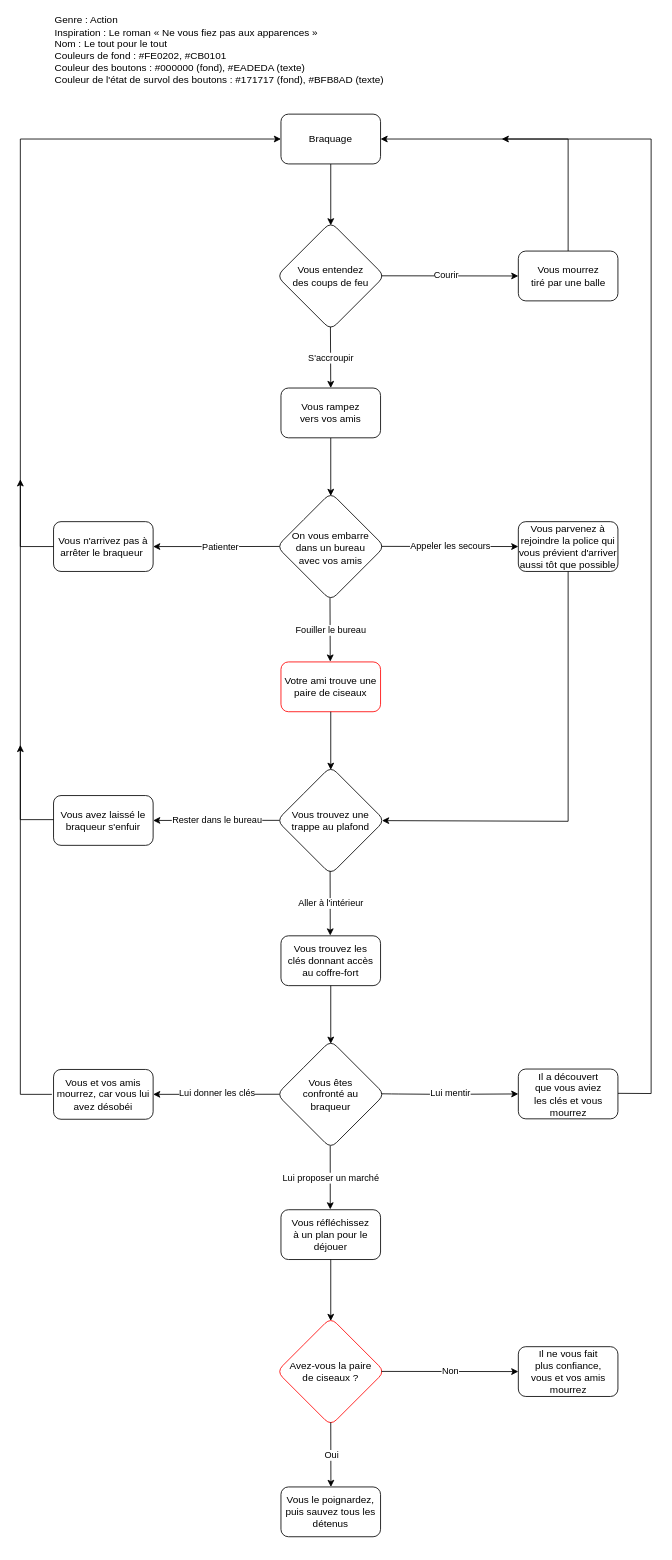
Earlier version of the draw.io diagram schema.drawio (M-lie/vous-etes-le-heros-le-tout-pour-le-tout). Source tidied: cells renumbered, new cells numbered last; positions are measured from the earlier drawing's top-left corner, leaving out a move shared by most shapes. Both pictures are drawn from the tidied source at 83%, with x=0, y=0 at pixel (20, 14).
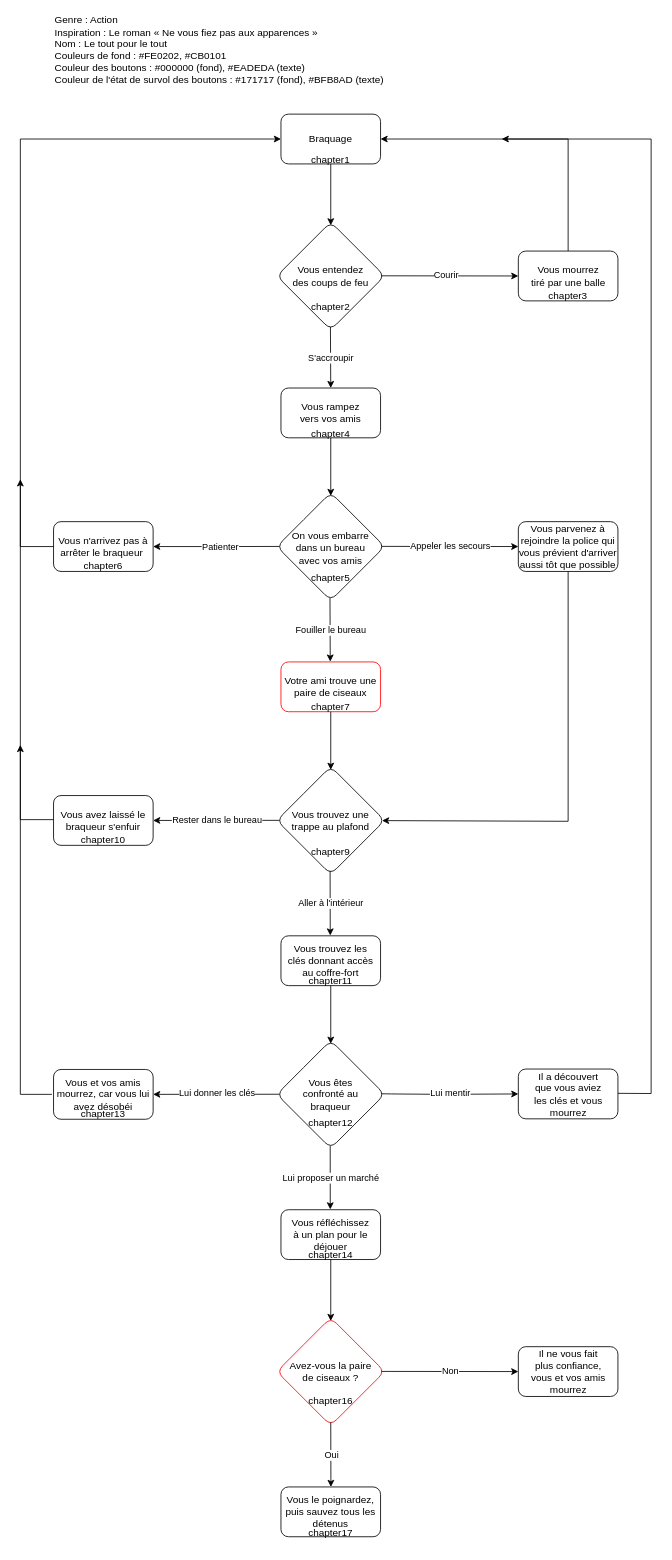
The same diagram, later.

The edit, as a diff of the source:
```diff
@@
+    <mxCell id="74" value="chapter1" style="text;html=1;strokeColor=none;fillColor=none;align=center;verticalAlign=middle;whiteSpace=wrap;rounded=0;fontColor=#000000;" parent="1" vertex="1">
+      <mxGeometry x="344" y="160" width="60" height="30" as="geometry" />
+    </mxCell>
+    <mxCell id="75" value="chapter2" style="text;html=1;strokeColor=none;fillColor=none;align=center;verticalAlign=middle;whiteSpace=wrap;rounded=0;fontColor=#000000;" parent="1" vertex="1">
+      <mxGeometry x="344" y="338" width="60" height="30" as="geometry" />
+    </mxCell>
+    <mxCell id="76" value="chapter3" style="text;html=1;strokeColor=none;fillColor=none;align=center;verticalAlign=middle;whiteSpace=wrap;rounded=0;fontColor=#000000;" parent="1" vertex="1">
+      <mxGeometry x="630" y="324" width="60" height="30" as="geometry" />
+    </mxCell>
+    <mxCell id="77" value="chapter4" style="text;html=1;strokeColor=none;fillColor=none;align=center;verticalAlign=middle;whiteSpace=wrap;rounded=0;fontColor=#000000;" parent="1" vertex="1">
+      <mxGeometry x="344" y="490" width="60" height="30" as="geometry" />
+    </mxCell>
+    <mxCell id="78" value="chapter6" style="text;html=1;strokeColor=none;fillColor=none;align=center;verticalAlign=middle;whiteSpace=wrap;rounded=0;fontColor=#000000;" parent="1" vertex="1">
+      <mxGeometry x="70" y="650" width="60" height="30" as="geometry" />
+    </mxCell>
+    <mxCell id="79" value="chapter5" style="text;html=1;strokeColor=none;fillColor=none;align=center;verticalAlign=middle;whiteSpace=wrap;rounded=0;fontColor=#000000;" parent="1" vertex="1">
+      <mxGeometry x="344" y="664" width="60" height="30" as="geometry" />
+    </mxCell>
+    <mxCell id="80" value="chapter7" style="text;html=1;strokeColor=none;fillColor=none;align=center;verticalAlign=middle;whiteSpace=wrap;rounded=0;fontColor=#000000;" parent="1" vertex="1">
+      <mxGeometry x="344" y="820" width="60" height="30" as="geometry" />
+    </mxCell>
+    <mxCell id="81" value="chapter9" style="text;html=1;strokeColor=none;fillColor=none;align=center;verticalAlign=middle;whiteSpace=wrap;rounded=0;fontColor=#000000;" parent="1" vertex="1">
+      <mxGeometry x="344" y="994" width="60" height="30" as="geometry" />
+    </mxCell>
+    <mxCell id="82" value="chapter10" style="text;html=1;strokeColor=none;fillColor=none;align=center;verticalAlign=middle;whiteSpace=wrap;rounded=0;fontColor=#000000;" parent="1" vertex="1">
+      <mxGeometry x="70" y="980" width="60" height="30" as="geometry" />
+    </mxCell>
+    <mxCell id="83" value="chapter12" style="text;html=1;strokeColor=none;fillColor=none;align=center;verticalAlign=middle;whiteSpace=wrap;rounded=0;fontColor=#000000;" parent="1" vertex="1">
+      <mxGeometry x="344" y="1321" width="60" height="30" as="geometry" />
+    </mxCell>
+    <mxCell id="84" value="chapter14" style="text;html=1;strokeColor=none;fillColor=none;align=center;verticalAlign=middle;whiteSpace=wrap;rounded=0;fontColor=#000000;" parent="1" vertex="1">
+      <mxGeometry x="344" y="1480" width="60" height="30" as="geometry" />
+    </mxCell>
+    <mxCell id="85" value="chapter11" style="text;html=1;strokeColor=none;fillColor=none;align=center;verticalAlign=middle;whiteSpace=wrap;rounded=0;fontColor=#000000;" parent="1" vertex="1">
+      <mxGeometry x="344" y="1150" width="60" height="30" as="geometry" />
+    </mxCell>
+    <mxCell id="86" value="chapter13" style="text;html=1;strokeColor=none;fillColor=none;align=center;verticalAlign=middle;whiteSpace=wrap;rounded=0;fontColor=#000000;" parent="1" vertex="1">
+      <mxGeometry x="70" y="1310" width="60" height="30" as="geometry" />
+    </mxCell>
+    <mxCell id="87" value="chapter16" style="text;html=1;strokeColor=none;fillColor=none;align=center;verticalAlign=middle;whiteSpace=wrap;rounded=0;fontColor=#000000;" parent="1" vertex="1">
+      <mxGeometry x="344" y="1655" width="60" height="30" as="geometry" />
+    </mxCell>
+    <mxCell id="88" value="chapter17" style="text;html=1;strokeColor=none;fillColor=none;align=center;verticalAlign=middle;whiteSpace=wrap;rounded=0;fontColor=#000000;" parent="1" vertex="1">
+      <mxGeometry x="344" y="1814" width="60" height="30" as="geometry" />
+    </mxCell>
```
